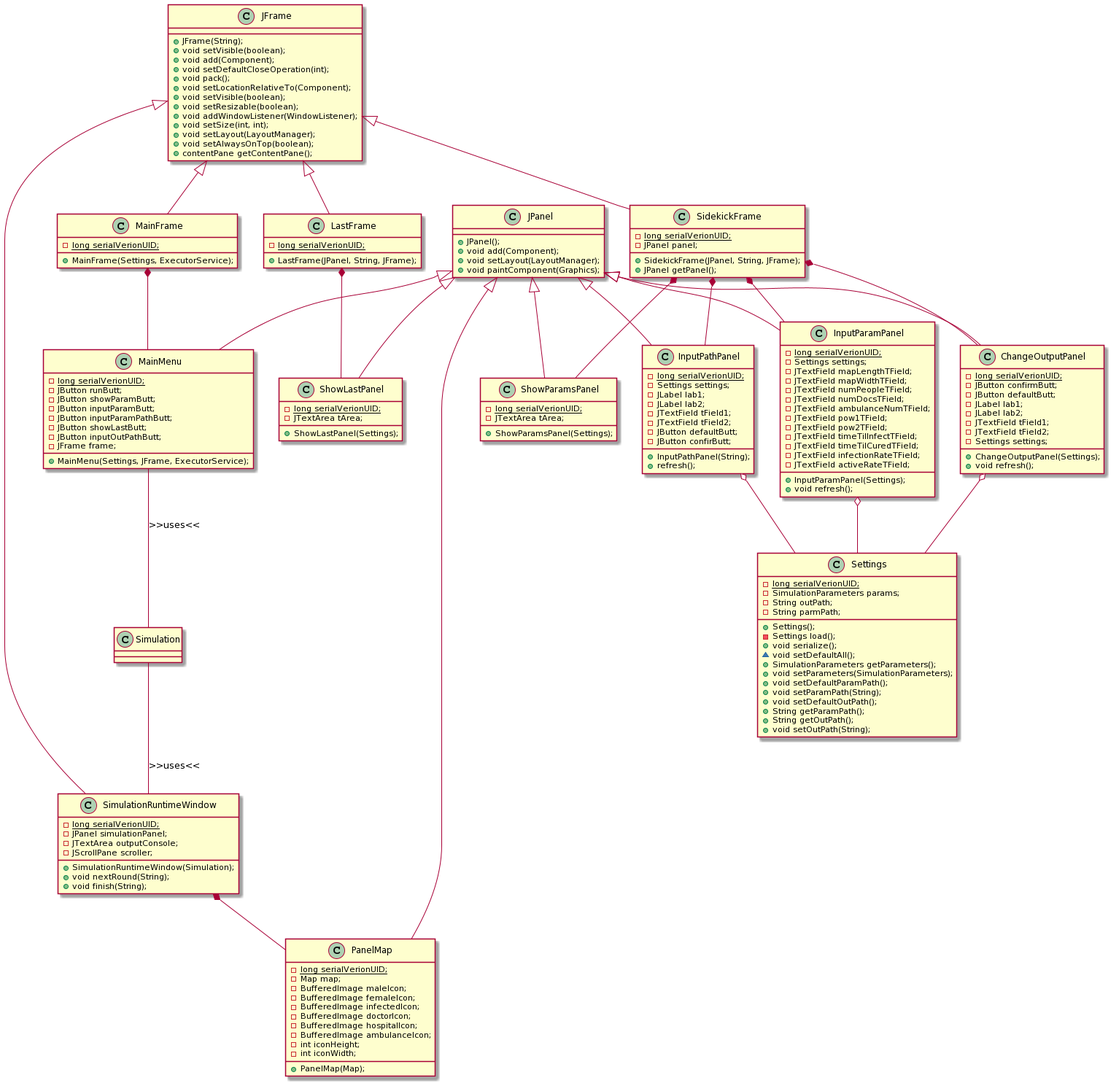
This is dokumentacja/class_diagram/class_diagram_gui/class_diagram_gui_08062020.png from karolWazny/plague-repo, a PlantUML export, as it was before one commit. The source it was exported from:
```plantuml
@startuml
class JFrame {
    + JFrame(String);
    + void setVisible(boolean);
    + void add(Component);
    + void setDefaultCloseOperation(int);
    + void pack();
    + void setLocationRelativeTo(Component);
    + void setVisible(boolean);
    + void setResizable(boolean);
    + void addWindowListener(WindowListener);
    + void setSize(int, int);
    + void setLayout(LayoutManager);
    + void setAlwaysOnTop(boolean);
    + contentPane getContentPane();
}

class JPanel {
    + JPanel();
    + void add(Component);
    + void setLayout(LayoutManager);
    + void paintComponent(Graphics);

}

class LastFrame {
    - {static} long serialVerionUID;
    + LastFrame(JPanel, String, JFrame);
}

class MainFrame {
    - {static} long serialVerionUID;
    + MainFrame(Settings, ExecutorService);
}

class SidekickFrame {
    - {static} long serialVerionUID;
    - JPanel panel;
    + SidekickFrame(JPanel, String, JFrame);
    + JPanel getPanel();
}

class SimulationRuntimeWindow{
    - {static} long serialVerionUID;
    - JPanel simulationPanel;
    - JTextArea outputConsole;
    - JScrollPane scroller;
    + SimulationRuntimeWindow(Simulation);
    + void nextRound(String);
    + void finish(String);
}

class ChangeOutputPanel {
    - {static} long serialVerionUID;
    - JButton confirmButt;
    - JButton defaultButt;
    - JLabel lab1;
    - JLabel lab2;
    - JTextField tField1;
    - JTextField tField2;
    - Settings settings;
    + ChangeOutputPanel(Settings);
    + void refresh();
}

class InputParamPanel{
    - {static} long serialVerionUID;
    - Settings settings;
    - JTextField mapLengthTField;
    - JTextField mapWidthTField;
    - JTextField numPeopleTField;
    - JTextField numDocsTField;
    - JTextField ambulanceNumTField;
    - JTextField pow1TField;
    - JTextField pow2TField;
    - JTextField timeTilInfectTField;
    - JTextField timeTilCuredTField;
    - JTextField infectionRateTField;
    - JTextField activeRateTField;
    + InputParamPanel(Settings);
    + void refresh();
}

class InputPathPanel {
    - {static} long serialVerionUID;
    - Settings settings;
    - JLabel lab1;
    - JLabel lab2;
    - JTextField tField1;
    - JTextField tField2;
    - JButton defaultButt;
    - JButton confirButt;
    + InputPathPanel(String);
    + refresh();
}

class MainMenu {
    - {static} long serialVerionUID;
    - JButton runButt;
    - JButton showParamButt;
    - JButton inputParamButt;
    - JButton inputParamPathButt;
    - JButton showLastButt;
    - JButton inputOutPathButt;
    - JFrame frame;
    + MainMenu(Settings, JFrame, ExecutorService);
}

class PanelMap {
    - {static} long serialVerionUID;
    - Map map;
    - BufferedImage maleIcon;
    - BufferedImage femaleIcon;
    - BufferedImage infectedIcon;
    - BufferedImage doctorIcon;
    - BufferedImage hospitalIcon;
    - BufferedImage ambulanceIcon;
    - int iconHeight;
    - int iconWidth;
    + PanelMap(Map);
}

class ShowLastPanel {
    - {static} long serialVerionUID;
    - JTextArea tArea;
    + ShowLastPanel(Settings);
}

class ShowParamsPanel {
    - {static} long serialVerionUID;
    - JTextArea tArea;
    + ShowParamsPanel(Settings);
}

class Settings{
    - {static} long serialVerionUID;
    - SimulationParameters params;
    - String outPath;
    - String parmPath;
    + Settings();
    - Settings load();
    + void serialize();
    ~ void setDefaultAll();
    + SimulationParameters getParameters();
    + void setParameters(SimulationParameters);
    + void setDefaultParamPath();
    + void setParamPath(String);
    + void setDefaultOutPath();
    + String getParamPath();
    + String getOutPath();
    + void setOutPath(String);
}

JFrame<|--MainFrame
JFrame<|--SidekickFrame
JFrame<|--SimulationRuntimeWindow
JFrame<|-- LastFrame
JPanel<|--ChangeOutputPanel
JPanel<|--InputParamPanel
JPanel<|--InputPathPanel
JPanel<|--MainMenu
JPanel<|--PanelMap
JPanel<|--ShowLastPanel
JPanel<|--ShowParamsPanel

SidekickFrame *-- ChangeOutputPanel
SidekickFrame *-- InputParamPanel
SidekickFrame *-- InputPathPanel
SidekickFrame *-- ShowParamsPanel
MainFrame *-- MainMenu
LastFrame *-- ShowLastPanel
SimulationRuntimeWindow *-- PanelMap
InputParamPanel o-- Settings
InputPathPanel o-- Settings
ChangeOutputPanel o-- Settings
MainMenu -- Simulation :>>uses<<
Simulation -- SimulationRuntimeWindow: >>uses<<
@enduml
```
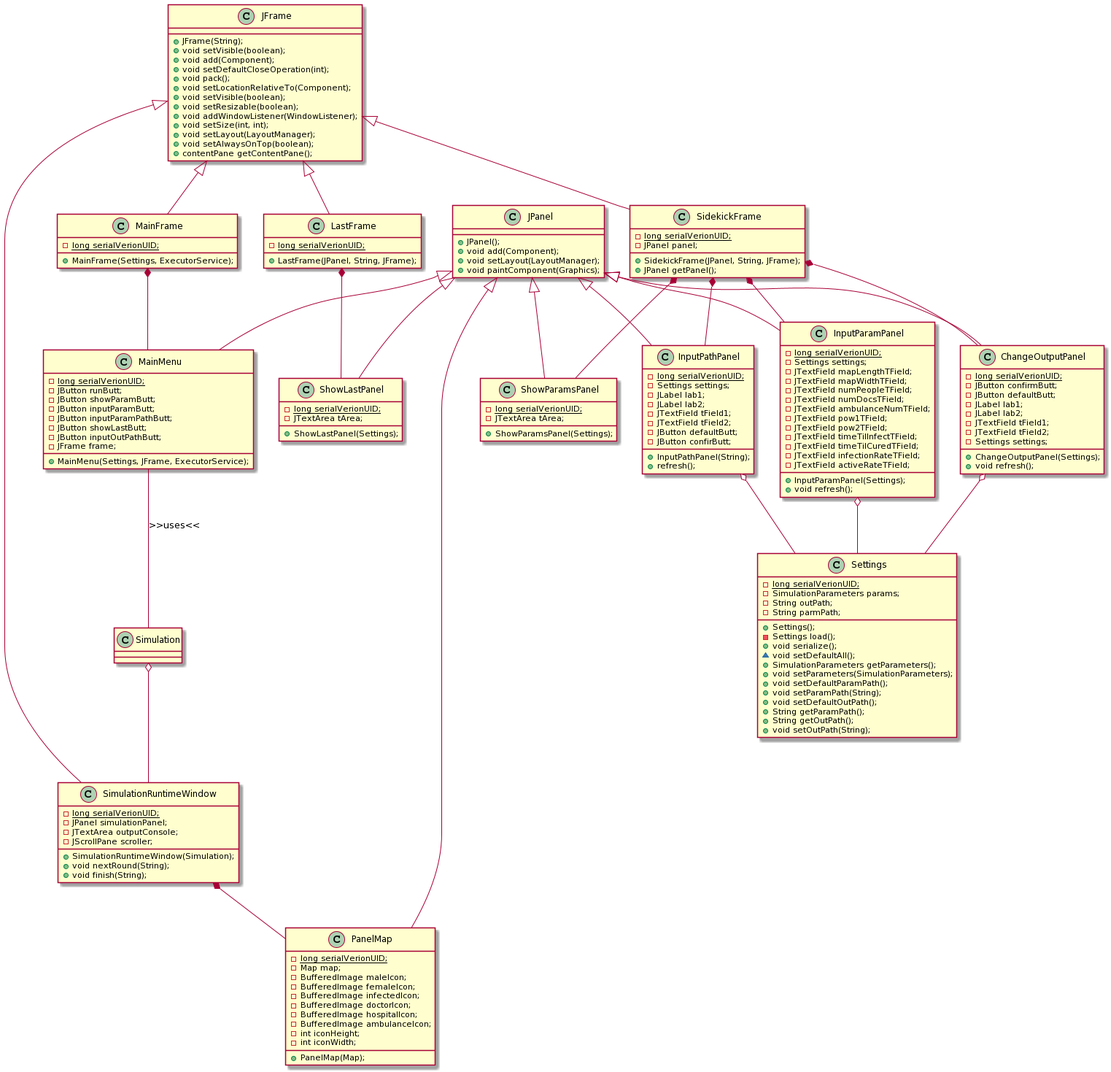
After the commit.

Change to the diagram source:
```diff
@@ -174,5 +174,5 @@
 InputPathPanel o-- Settings
 ChangeOutputPanel o-- Settings
 MainMenu -- Simulation :>>uses<<
-Simulation -- SimulationRuntimeWindow: >>uses<<
+Simulation o-- SimulationRuntimeWindow
 @enduml
```
